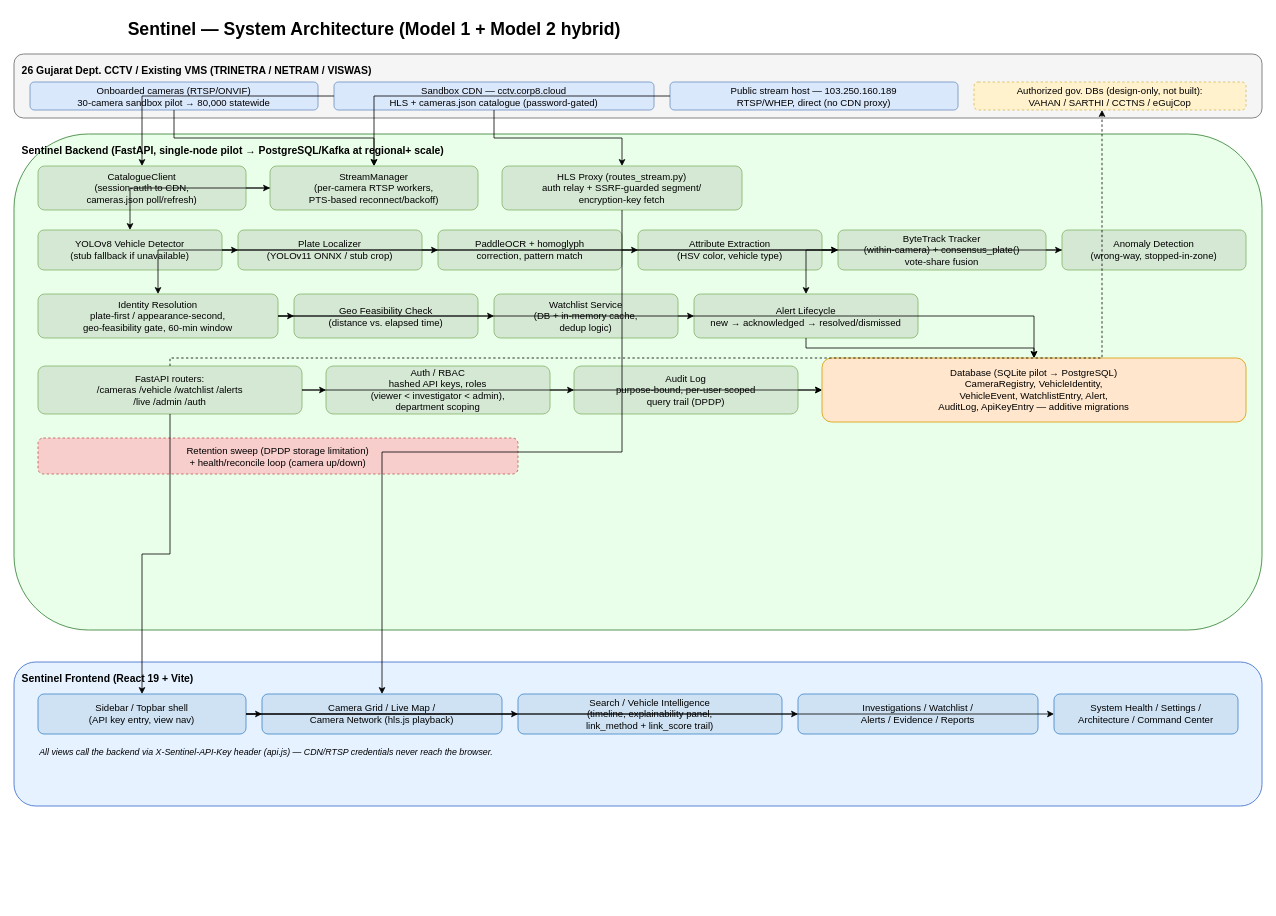
Before: sentinel-solution/docs/architecture.drawio in lekkalaharsha/sentinel-gujarat-police, a draw.io diagram. Source tidied: cells renumbered, new cells numbered last; positions are measured from the earlier drawing's top-left corner, leaving out a move shared by most shapes. Both pictures are drawn from the tidied source at 80%, with x=0, y=0 at pixel (14, 14).
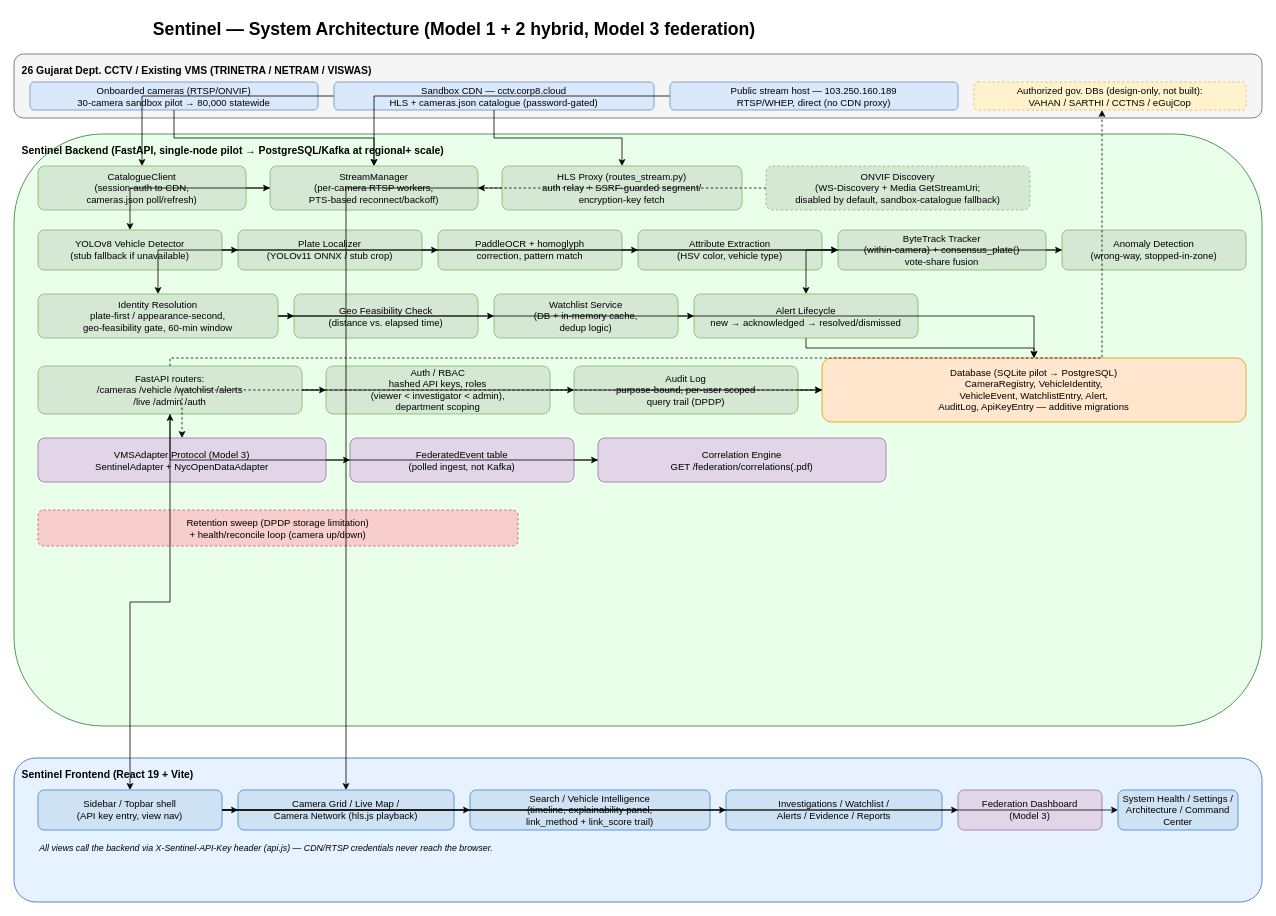
Above is the later version.

The change refers to these unchanged cells:
```xml
<mxCell id="10" value="StreamManager&#10;(per-camera RTSP workers,&#10;PTS-based reconnect/backoff)" style="rounded=1;whiteSpace=wrap;html=1;fillColor=#d5e8d4;strokeColor=#82b366;" parent="1" vertex="1">
  <mxGeometry x="320" y="190" width="260" height="55" as="geometry" />
</mxCell>
<mxCell id="22" value="FastAPI routers:&#10;/cameras /vehicle /watchlist /alerts&#10;/live /admin /auth" style="rounded=1;whiteSpace=wrap;html=1;fillColor=#d5e8d4;strokeColor=#82b366;" parent="1" vertex="1">
  <mxGeometry x="30" y="440" width="330" height="60" as="geometry" />
</mxCell>
<mxCell id="25" value="Database (SQLite pilot → PostgreSQL)&#10;CameraRegistry, VehicleIdentity,&#10;VehicleEvent, WatchlistEntry, Alert,&#10;AuditLog, ApiKeyEntry — additive migrations" style="rounded=1;whiteSpace=wrap;html=1;fillColor=#ffe6cc;strokeColor=#d79b00;" parent="1" vertex="1">
  <mxGeometry x="1010" y="430" width="530" height="80" as="geometry" />
</mxCell>
```

What changed in the source:
```diff
@@
-    <mxCell id="2" value="Sentinel — System Architecture (Model 1 + Model 2 hybrid)" style="text;html=1;fontSize=22;fontStyle=1;align=center;" parent="1" vertex="1">
-      <mxGeometry width="900" height="30" as="geometry" />
+    <mxCell id="2" value="Sentinel — System Architecture (Model 1 + 2 hybrid, Model 3 federation)" style="text;html=1;fontSize=22;fontStyle=1;align=center;" parent="1" vertex="1">
+      <mxGeometry width="1100" height="30" as="geometry" />
     </mxCell>
@@
     <mxCell id="8" value="Sentinel Backend (FastAPI, single-node pilot → PostgreSQL/Kafka at regional+ scale)" style="rounded=1;whiteSpace=wrap;html=1;fillColor=#eaffea;strokeColor=#2d7d2d;fontSize=13;fontStyle=1;verticalAlign=top;align=left;spacingLeft=8;spacingTop=6;" parent="1" vertex="1">
-      <mxGeometry y="150" width="1560" height="620" as="geometry" />
+      <mxGeometry y="150" width="1560" height="740" as="geometry" />
     </mxCell>
@@
+    <mxCell id="64" value="ONVIF Discovery&#10;(WS-Discovery + Media GetStreamUri;&#10;disabled by default, sandbox-catalogue fallback)" style="rounded=1;whiteSpace=wrap;html=1;fillColor=#d5e8d4;strokeColor=#82b366;dashed=1;" parent="1" vertex="1">
+      <mxGeometry x="940" y="190" width="330" height="55" as="geometry" />
+    </mxCell>
@@
+    <mxCell id="65" value="VMSAdapter Protocol (Model 3)&#10;SentinelAdapter + NycOpenDataAdapter" style="rounded=1;whiteSpace=wrap;html=1;fillColor=#e1d5e7;strokeColor=#9673a6;" parent="1" vertex="1">
+      <mxGeometry x="30" y="530" width="360" height="55" as="geometry" />
+    </mxCell>
+    <mxCell id="66" value="FederatedEvent table&#10;(polled ingest, not Kafka)" style="rounded=1;whiteSpace=wrap;html=1;fillColor=#e1d5e7;strokeColor=#9673a6;" parent="1" vertex="1">
+      <mxGeometry x="420" y="530" width="280" height="55" as="geometry" />
+    </mxCell>
+    <mxCell id="67" value="Correlation Engine&#10;GET /federation/correlations(.pdf)" style="rounded=1;whiteSpace=wrap;html=1;fillColor=#e1d5e7;strokeColor=#9673a6;" parent="1" vertex="1">
+      <mxGeometry x="730" y="530" width="360" height="55" as="geometry" />
+    </mxCell>
     <mxCell id="26" value="Retention sweep (DPDP storage limitation)&#10;+ health/reconcile loop (camera up/down)" style="rounded=1;whiteSpace=wrap;html=1;fillColor=#f8cecc;strokeColor=#b85450;dashed=1;" parent="1" vertex="1">
-      <mxGeometry x="30" y="530" width="600" height="45" as="geometry" />
+      <mxGeometry x="30" y="620" width="600" height="45" as="geometry" />
     </mxCell>
     <mxCell id="27" value="Sentinel Frontend (React 19 + Vite)" style="rounded=1;whiteSpace=wrap;html=1;fillColor=#e6f2ff;strokeColor=#3366cc;fontSize=13;fontStyle=1;verticalAlign=top;align=left;spacingLeft=8;spacingTop=6;" parent="1" vertex="1">
-      <mxGeometry y="810" width="1560" height="180" as="geometry" />
+      <mxGeometry y="930" width="1560" height="180" as="geometry" />
     </mxCell>
     <mxCell id="28" value="Sidebar / Topbar shell&#10;(API key entry, view nav)" style="rounded=1;whiteSpace=wrap;html=1;fillColor=#cfe2f3;strokeColor=#3d85c6;" parent="1" vertex="1">
-      <mxGeometry x="30" y="850" width="260" height="50" as="geometry" />
+      <mxGeometry x="30" y="970" width="230" height="50" as="geometry" />
     </mxCell>
     <mxCell id="29" value="Camera Grid / Live Map /&#10;Camera Network (hls.js playback)" style="rounded=1;whiteSpace=wrap;html=1;fillColor=#cfe2f3;strokeColor=#3d85c6;" parent="1" vertex="1">
-      <mxGeometry x="310" y="850" width="300" height="50" as="geometry" />
+      <mxGeometry x="280" y="970" width="270" height="50" as="geometry" />
     </mxCell>
     <mxCell id="30" value="Search / Vehicle Intelligence&#10;(timeline, explainability panel,&#10;link_method + link_score trail)" style="rounded=1;whiteSpace=wrap;html=1;fillColor=#cfe2f3;strokeColor=#3d85c6;" parent="1" vertex="1">
-      <mxGeometry x="630" y="850" width="330" height="50" as="geometry" />
+      <mxGeometry x="570" y="970" width="300" height="50" as="geometry" />
     </mxCell>
     <mxCell id="31" value="Investigations / Watchlist /&#10;Alerts / Evidence / Reports" style="rounded=1;whiteSpace=wrap;html=1;fillColor=#cfe2f3;strokeColor=#3d85c6;" parent="1" vertex="1">
-      <mxGeometry x="980" y="850" width="300" height="50" as="geometry" />
+      <mxGeometry x="890" y="970" width="270" height="50" as="geometry" />
     </mxCell>
+    <mxCell id="68" value="Federation Dashboard&#10;(Model 3)" style="rounded=1;whiteSpace=wrap;html=1;fillColor=#e1d5e7;strokeColor=#9673a6;" parent="1" vertex="1">
+      <mxGeometry x="1180" y="970" width="180" height="50" as="geometry" />
+    </mxCell>
     <mxCell id="32" value="System Health / Settings /&#10;Architecture / Command Center" style="rounded=1;whiteSpace=wrap;html=1;fillColor=#cfe2f3;strokeColor=#3d85c6;" parent="1" vertex="1">
-      <mxGeometry x="1300" y="850" width="230" height="50" as="geometry" />
+      <mxGeometry x="1380" y="970" width="150" height="50" as="geometry" />
     </mxCell>
     <mxCell id="33" value="All views call the backend via X-Sentinel-API-Key header (api.js) — CDN/RTSP credentials never reach the browser." style="text;html=1;fontSize=11;fontStyle=2;align=left;" parent="1" vertex="1">
-      <mxGeometry x="30" y="910" width="900" height="30" as="geometry" />
+      <mxGeometry x="30" y="1030" width="900" height="30" as="geometry" />
     </mxCell>
@@
+    <mxCell id="69" style="edgeStyle=orthogonalEdgeStyle;rounded=0;html=1;dashed=1;" parent="1" edge="1" source="64" target="10">
+      <mxGeometry relative="1" as="geometry" />
+    </mxCell>
+    <mxCell id="70" style="edgeStyle=orthogonalEdgeStyle;rounded=0;html=1;dashed=1;" parent="1" edge="1" source="25" target="65">
+      <mxGeometry relative="1" as="geometry" />
+    </mxCell>
+    <mxCell id="71" style="edgeStyle=orthogonalEdgeStyle;rounded=0;html=1;" parent="1" edge="1" source="65" target="66">
+      <mxGeometry relative="1" as="geometry" />
+    </mxCell>
+    <mxCell id="72" style="edgeStyle=orthogonalEdgeStyle;rounded=0;html=1;" parent="1" edge="1" source="66" target="67">
+      <mxGeometry relative="1" as="geometry" />
+    </mxCell>
+    <mxCell id="73" style="edgeStyle=orthogonalEdgeStyle;rounded=0;html=1;" parent="1" edge="1" source="67" target="22">
+      <mxGeometry relative="1" as="geometry" />
+    </mxCell>
+    <mxCell id="74" style="edgeStyle=orthogonalEdgeStyle;rounded=0;html=1;" parent="1" edge="1" source="28" target="68">
+      <mxGeometry relative="1" as="geometry" />
+    </mxCell>
```
